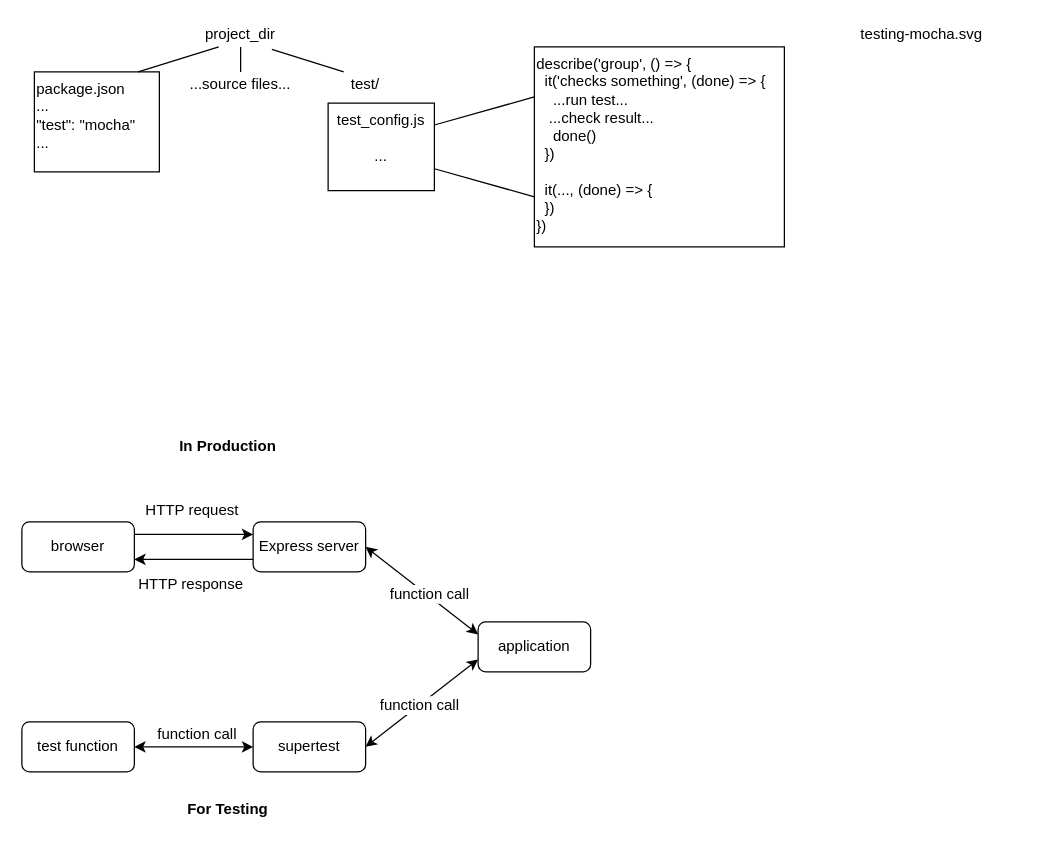
software-tools-books/js4ds keeps this draw.io diagram as drawio/testing.drawio. Above is the earlier version. Source tidied: cells renumbered, new cells numbered last; positions are measured from the earlier drawing's top-left corner, leaving out a move shared by most shapes. Both pictures are drawn from the tidied source at 125%, with x=0, y=0 at pixel (21, 21).
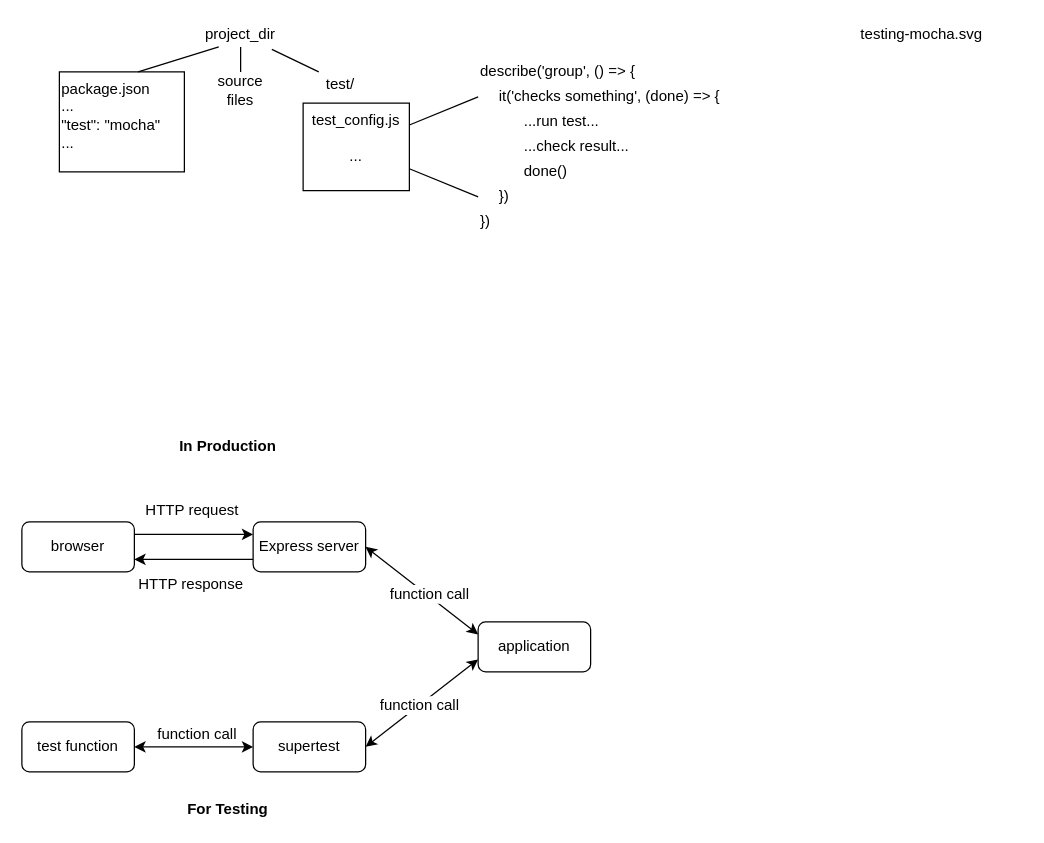
After the change.

What changed in the source:
```diff
@@
     <mxCell id="3" value="&lt;div align=&quot;left&quot;&gt;package.json&lt;/div&gt;&lt;div align=&quot;left&quot;&gt;...&lt;br&gt;&lt;/div&gt;&lt;div align=&quot;left&quot;&gt;&quot;test&quot;: &quot;mocha&quot;&lt;/div&gt;&lt;div align=&quot;left&quot;&gt;...&lt;br&gt;&lt;/div&gt;" style="text;html=1;strokeColor=#000000;fillColor=#ffffff;align=left;verticalAlign=top;whiteSpace=wrap;rounded=0;" parent="1" vertex="1">
-      <mxGeometry x="10" y="40" width="100" height="80" as="geometry" />
+      <mxGeometry x="30" y="40" width="100" height="80" as="geometry" />
     </mxCell>
-    <mxCell id="4" value="...source files..." style="text;html=1;strokeColor=none;fillColor=none;align=center;verticalAlign=middle;whiteSpace=wrap;rounded=0;" parent="1" vertex="1">
-      <mxGeometry x="130" y="40" width="90" height="20" as="geometry" />
+    <mxCell id="4" value="source&lt;br&gt;files" style="text;html=1;strokeColor=none;fillColor=none;align=center;verticalAlign=middle;whiteSpace=wrap;rounded=0;" parent="1" vertex="1">
+      <mxGeometry x="130" y="40" width="90" height="30" as="geometry" />
     </mxCell>
     <mxCell id="5" value="test/" style="text;html=1;strokeColor=none;fillColor=none;align=center;verticalAlign=middle;whiteSpace=wrap;rounded=0;" parent="1" vertex="1">
-      <mxGeometry x="240" y="40" width="70" height="20" as="geometry" />
+      <mxGeometry x="220" y="40" width="70" height="20" as="geometry" />
     </mxCell>
@@
     <mxCell id="9" value="&lt;div&gt;test_config.js&lt;/div&gt;&lt;div&gt;&lt;br&gt;&lt;/div&gt;&lt;div&gt;...&lt;br&gt;&lt;/div&gt;" style="text;html=1;strokeColor=#000000;fillColor=#ffffff;align=center;verticalAlign=top;whiteSpace=wrap;rounded=0;" parent="1" vertex="1">
-      <mxGeometry x="245" y="65" width="85" height="70" as="geometry" />
+      <mxGeometry x="225" y="65" width="85" height="70" as="geometry" />
     </mxCell>
-    <mxCell id="10" value="&lt;div align=&quot;left&quot;&gt;describe('group', () =&amp;gt; {&lt;br&gt;&amp;nbsp; it('checks something', (done) =&amp;gt; {&lt;/div&gt;&lt;div align=&quot;left&quot;&gt;&amp;nbsp;&amp;nbsp;&amp;nbsp; ...run test...&lt;/div&gt;&lt;div align=&quot;left&quot;&gt;&amp;nbsp;&amp;nbsp; ...check result...&lt;br&gt;&lt;/div&gt;&lt;div align=&quot;left&quot;&gt;&amp;nbsp;&amp;nbsp;&amp;nbsp; done()&lt;br&gt;&amp;nbsp; })&lt;/div&gt;&lt;div align=&quot;left&quot;&gt;&lt;br&gt;&lt;/div&gt;&lt;div align=&quot;left&quot;&gt;&amp;nbsp; it(..., (done) =&amp;gt; {&lt;/div&gt;&lt;div align=&quot;left&quot;&gt;&amp;nbsp; })&lt;br&gt;&lt;/div&gt;&lt;div align=&quot;left&quot;&gt;})&lt;br&gt;&lt;/div&gt;" style="rounded=0;whiteSpace=wrap;html=1;strokeColor=#000000;fillColor=none;align=left;verticalAlign=top;" parent="1" vertex="1">
-      <mxGeometry x="410" y="20" width="200" height="160" as="geometry" />
-    </mxCell>
-    <mxCell id="11" style="endArrow=none;html=1;exitX=1;exitY=0.25;exitDx=0;exitDy=0;entryX=0;entryY=0.25;entryDx=0;entryDy=0;" parent="1" edge="1" source="9" target="10">
-      <mxGeometry relative="1" as="geometry" />
+    <mxCell id="11" style="endArrow=none;html=1;exitX=1;exitY=0.25;exitDx=0;exitDy=0;entryX=0;entryY=0.25;entryDx=0;entryDy=0;" parent="1" edge="1" source="9">
+      <mxGeometry relative="1" as="geometry">
+        <mxPoint x="365" y="60" as="targetPoint" />
+      </mxGeometry>
     </mxCell>
-    <mxCell id="12" style="endArrow=none;html=1;exitX=1;exitY=0.75;exitDx=0;exitDy=0;entryX=0;entryY=0.75;entryDx=0;entryDy=0;" parent="1" edge="1" source="9" target="10">
-      <mxGeometry relative="1" as="geometry" />
+    <mxCell id="12" style="endArrow=none;html=1;exitX=1;exitY=0.75;exitDx=0;exitDy=0;entryX=0;entryY=0.75;entryDx=0;entryDy=0;" parent="1" edge="1" source="9">
+      <mxGeometry relative="1" as="geometry">
+        <mxPoint x="365" y="140" as="targetPoint" />
+      </mxGeometry>
     </mxCell>
@@
+    <mxCell id="29" value="&lt;span&gt;describe('group', () =&amp;gt; {&lt;/span&gt;" style="text;html=1;strokeColor=none;fillColor=none;align=left;verticalAlign=middle;whiteSpace=wrap;rounded=0;" parent="1" vertex="1">
+      <mxGeometry x="365" y="30" width="200" height="20" as="geometry" />
+    </mxCell>
+    <mxCell id="30" value="it('checks something', (done) =&amp;gt; {" style="text;html=1;strokeColor=none;fillColor=none;align=left;verticalAlign=middle;whiteSpace=wrap;rounded=0;" parent="1" vertex="1">
+      <mxGeometry x="380" y="50" width="185" height="20" as="geometry" />
+    </mxCell>
+    <mxCell id="31" value="...run test..." style="text;html=1;strokeColor=none;fillColor=none;align=left;verticalAlign=middle;whiteSpace=wrap;rounded=0;" parent="1" vertex="1">
+      <mxGeometry x="400" y="70" width="165" height="20" as="geometry" />
+    </mxCell>
+    <mxCell id="32" value="...check result..." style="text;html=1;strokeColor=none;fillColor=none;align=left;verticalAlign=middle;whiteSpace=wrap;rounded=0;" parent="1" vertex="1">
+      <mxGeometry x="400" y="90" width="165" height="20" as="geometry" />
+    </mxCell>
+    <mxCell id="33" value="done()" style="text;html=1;strokeColor=none;fillColor=none;align=left;verticalAlign=middle;whiteSpace=wrap;rounded=0;" parent="1" vertex="1">
+      <mxGeometry x="400" y="110" width="165" height="20" as="geometry" />
+    </mxCell>
+    <mxCell id="34" value="})" style="text;html=1;strokeColor=none;fillColor=none;align=left;verticalAlign=middle;whiteSpace=wrap;rounded=0;" parent="1" vertex="1">
+      <mxGeometry x="380" y="130" width="185" height="20" as="geometry" />
+    </mxCell>
+    <mxCell id="35" value="})" style="text;html=1;strokeColor=none;fillColor=none;align=left;verticalAlign=middle;whiteSpace=wrap;rounded=0;" parent="1" vertex="1">
+      <mxGeometry x="365" y="150" width="200" height="20" as="geometry" />
+    </mxCell>
```
